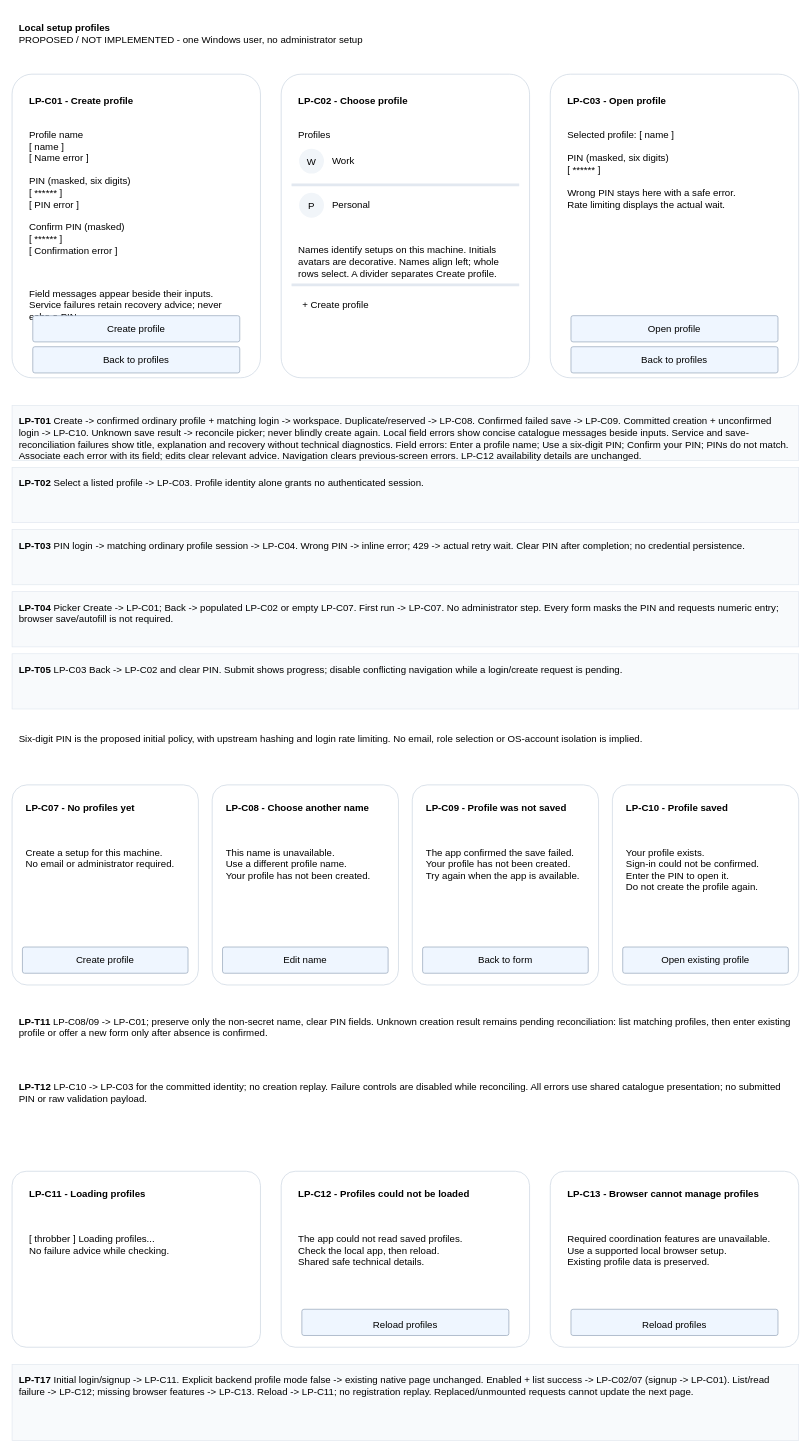
Above: page "Create and enter a local profile" (1 of 2) of projects/laomedo/subsystems/agent-execution/design/local-profiles.drawio in amadou-6e/specs (draw.io), before the change. Source tidied: cells renumbered, new cells numbered last; positions are measured from the earlier drawing's top-left corner, leaving out a move shared by most shapes. Both pictures are drawn from the tidied source at 69%, with x=0, y=0 at pixel (12, 12).
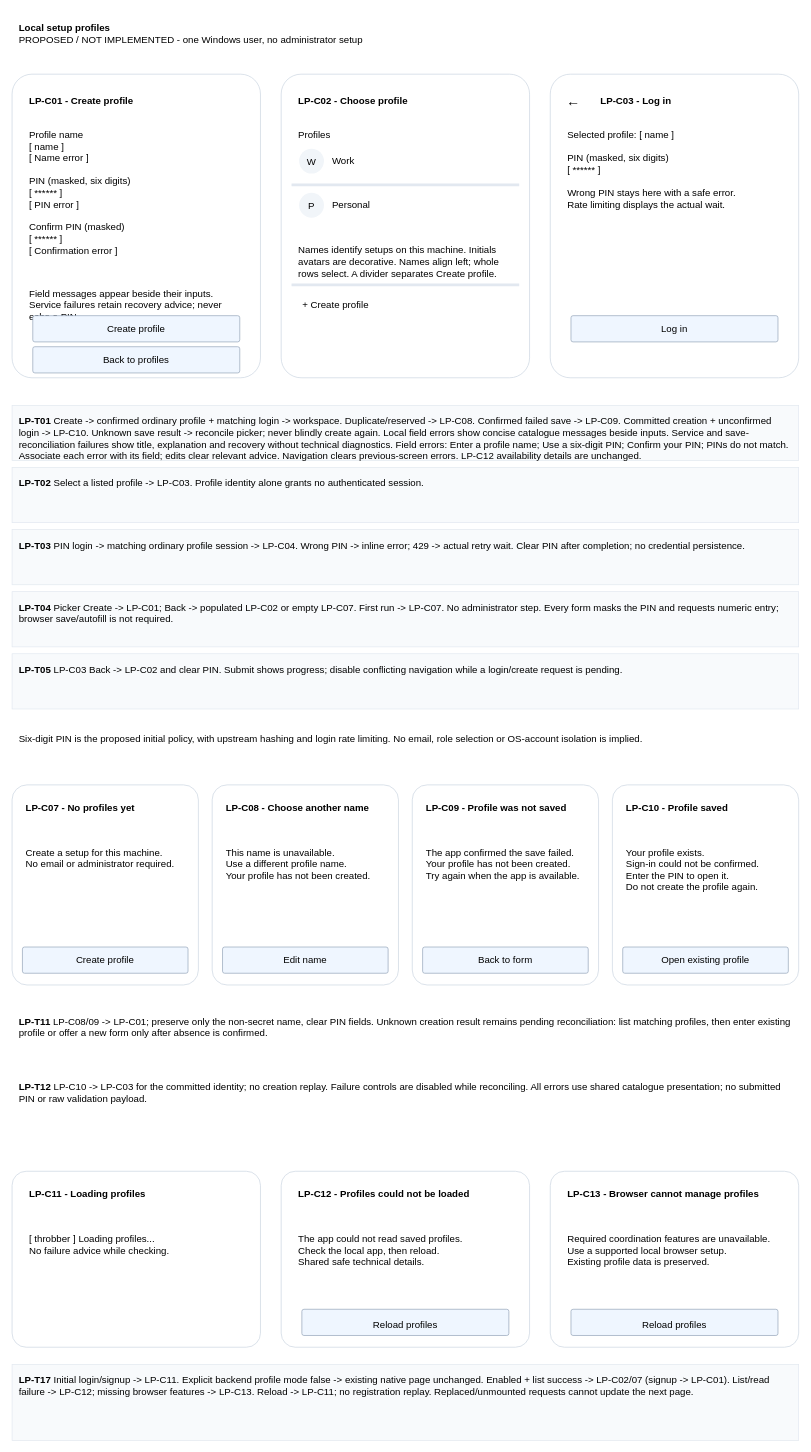
The same diagram, later.

Commit message (it also covers changes not shown here):
Specify login label and heading back arrow

What changed in the source:
```diff
@@
-    <mxCell id="8" value="&lt;b&gt;LP-C03 - Open profile&lt;/b&gt;" style="whiteSpace=wrap;html=1;fontFamily=Arial;fontSize=14;align=left;verticalAlign=top;spacing=10;fillColor=none;strokeColor=none;" parent="1" vertex="1">
-      <mxGeometry x="795" y="105" width="330" height="45" as="geometry" />
+    <mxCell id="8" value="&lt;b&gt;LP-C03 - Log in&lt;/b&gt;" style="whiteSpace=wrap;html=1;fontFamily=Arial;fontSize=14;align=left;verticalAlign=top;spacing=10;fillColor=none;strokeColor=none;" parent="1" vertex="1">
+      <mxGeometry x="843" y="105" width="282" height="45" as="geometry" />
     </mxCell>
@@
-    <mxCell id="23" value="Open profile" style="whiteSpace=wrap;html=1;fontFamily=Arial;fontSize=14;align=left;verticalAlign=top;spacing=10;rounded=1;arcSize=8;align=center;verticalAlign=middle;fillColor=#EFF6FF;strokeColor=#94A3B8;" parent="1" vertex="1">
+    <mxCell id="23" value="Log in" style="whiteSpace=wrap;html=1;fontFamily=Arial;fontSize=14;align=left;verticalAlign=top;spacing=10;rounded=1;arcSize=8;align=center;verticalAlign=middle;fillColor=#EFF6FF;strokeColor=#94A3B8;" parent="1" vertex="1">
       <mxGeometry x="810" y="440" width="300" height="38" as="geometry" />
     </mxCell>
-    <mxCell id="24" value="Back to profiles" style="whiteSpace=wrap;html=1;fontFamily=Arial;fontSize=14;align=left;verticalAlign=top;spacing=10;rounded=1;arcSize=8;align=center;verticalAlign=middle;fillColor=#EFF6FF;strokeColor=#94A3B8;" parent="1" vertex="1">
-      <mxGeometry x="810" y="485" width="300" height="38" as="geometry" />
+    <mxCell id="24" value="←" style="text;html=1;fontFamily=Arial;fontSize=20;align=center;verticalAlign=middle;fillColor=none;strokeColor=none;" parent="1" vertex="1">
+      <mxGeometry x="795" y="110" width="36" height="36" as="geometry" />
     </mxCell>
```
